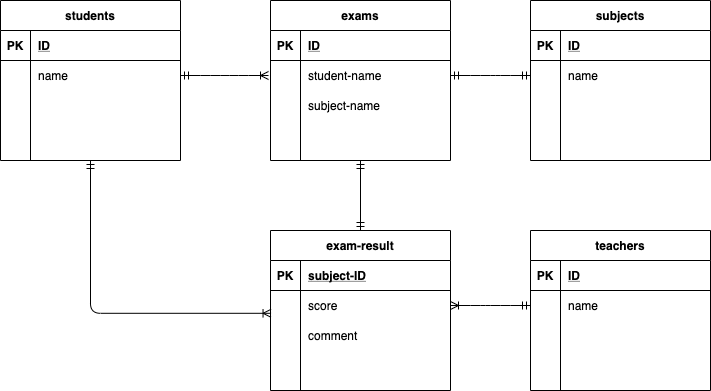
kiyo1215/coachtech_exam-database keeps this draw.io diagram as index.drawio.png. Above is the earlier version. Source tidied: cells renumbered, new cells last; positions are measured from the earlier drawing's top-left corner, leaving out a move shared by most shapes.
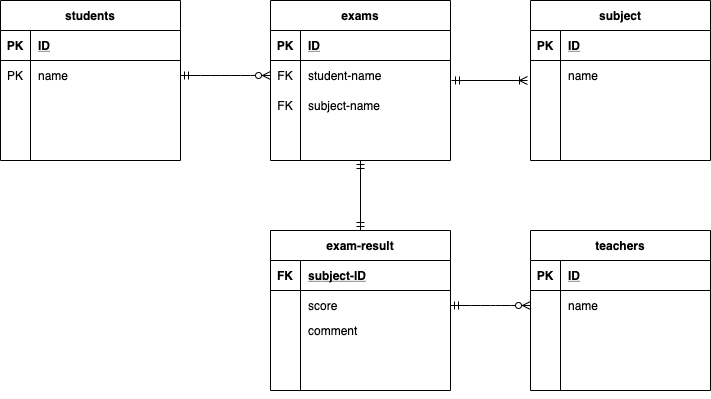
The same diagram one commit later.

The edit, as a diff of the source:
```diff
@@ -17,7 +17,7 @@
     <mxCell id="6" style="shape=partialRectangle;fillColor=none;top=0;left=0;bottom=0;right=0;points=[[0,0.5],[1,0.5]];portConstraint=eastwest;" parent="2" vertex="1">
       <mxGeometry y="60" width="180" height="30" as="geometry" />
     </mxCell>
-    <mxCell id="7" style="shape=partialRectangle;fillColor=none;top=0;left=0;bottom=0;right=0;overflow=hidden;" parent="6" vertex="1">
+    <mxCell id="7" value="PK" style="shape=partialRectangle;fillColor=none;top=0;left=0;bottom=0;right=0;overflow=hidden;" parent="6" vertex="1">
       <mxGeometry width="30" height="30" as="geometry" />
     </mxCell>
     <mxCell id="8" value="name" style="shape=partialRectangle;fillColor=none;top=0;left=0;bottom=0;right=0;align=left;spacingLeft=6;overflow=hidden;" parent="6" vertex="1">
@@ -56,7 +56,7 @@
     <mxCell id="19" style="shape=partialRectangle;fillColor=none;top=0;left=0;bottom=0;right=0;points=[[0,0.5],[1,0.5]];portConstraint=eastwest;" parent="15" vertex="1">
       <mxGeometry y="60" width="180" height="30" as="geometry" />
     </mxCell>
-    <mxCell id="20" style="shape=partialRectangle;fillColor=none;top=0;left=0;bottom=0;right=0;overflow=hidden;" parent="19" vertex="1">
+    <mxCell id="20" value="FK" style="shape=partialRectangle;fillColor=none;top=0;left=0;bottom=0;right=0;overflow=hidden;" parent="19" vertex="1">
       <mxGeometry width="30" height="30" as="geometry" />
     </mxCell>
     <mxCell id="21" value="student-name" style="shape=partialRectangle;fillColor=none;top=0;left=0;bottom=0;right=0;align=left;spacingLeft=6;overflow=hidden;" parent="19" vertex="1">
@@ -65,7 +65,7 @@
     <mxCell id="22" style="shape=partialRectangle;fillColor=none;top=0;left=0;bottom=0;right=0;" parent="15" vertex="1">
       <mxGeometry y="90" width="180" height="30" as="geometry" />
     </mxCell>
-    <mxCell id="23" style="shape=partialRectangle;fillColor=none;top=0;left=0;bottom=0;right=0;overflow=hidden;" parent="22" vertex="1">
+    <mxCell id="23" value="FK" style="shape=partialRectangle;fillColor=none;top=0;left=0;bottom=0;right=0;overflow=hidden;" parent="22" vertex="1">
       <mxGeometry width="30" height="30" as="geometry" />
     </mxCell>
     <mxCell id="24" value="subject-name" style="shape=partialRectangle;fillColor=none;top=0;left=0;bottom=0;right=0;align=left;spacingLeft=6;overflow=hidden;" parent="22" vertex="1">
@@ -110,18 +110,18 @@
     <mxCell id="37" style="shape=partialRectangle;fillColor=none;top=0;left=0;bottom=0;right=0;align=left;spacingLeft=6;overflow=hidden;" parent="35" vertex="1">
       <mxGeometry x="30" width="150" height="30" as="geometry" />
     </mxCell>
-    <mxCell id="38" style="edgeStyle=entityRelationEdgeStyle;fontSize=12;html=1;endArrow=ERoneToMany;startArrow=ERmandOne;exitX=1;exitY=0.5;exitDx=0;exitDy=0;" parent="1" edge="1" source="6">
-      <mxGeometry relative="1" as="geometry">
-        <mxPoint x="268" y="75" as="targetPoint" />
-      </mxGeometry>
-    </mxCell>
+    <mxCell id="69" style="edgeStyle=none;rounded=0;jettySize=auto;html=1;exitX=0.5;exitY=1;exitDx=0;exitDy=0;" parent="1" edge="1" source="39">
+      <mxGeometry relative="1" as="geometry">
+        <mxPoint x="360" y="390" as="targetPoint" />
+      </mxGeometry>
+    </mxCell>
     <mxCell id="39" value="exam-result" style="shape=table;startSize=30;rowLines=0;fontStyle=1;align=center;" parent="1" vertex="1">
       <mxGeometry x="270" y="230" width="180" height="160" as="geometry" />
     </mxCell>
     <mxCell id="40" style="shape=partialRectangle;fillColor=none;top=0;left=0;bottom=1;right=0;" parent="39" vertex="1">
       <mxGeometry y="30" width="180" height="30" as="geometry" />
     </mxCell>
-    <mxCell id="41" value="PK" style="shape=partialRectangle;fillColor=none;top=0;left=0;bottom=0;right=0;fontStyle=1;overflow=hidden;" parent="40" vertex="1">
+    <mxCell id="41" value="FK" style="shape=partialRectangle;fillColor=none;top=0;left=0;bottom=0;right=0;fontStyle=1;overflow=hidden;" parent="40" vertex="1">
       <mxGeometry width="30" height="30" as="geometry" />
     </mxCell>
     <mxCell id="42" value="subject-ID" style="shape=partialRectangle;fillColor=none;top=0;left=0;bottom=0;right=0;align=left;spacingLeft=6;fontStyle=5;overflow=hidden;" parent="40" vertex="1">
@@ -137,16 +137,16 @@
       <mxGeometry x="30" width="150" height="30" as="geometry" />
     </mxCell>
     <mxCell id="46" style="shape=partialRectangle;fillColor=none;top=0;left=0;bottom=0;right=0;" parent="39" vertex="1">
-      <mxGeometry y="90" width="180" height="30" as="geometry" />
+      <mxGeometry y="90" width="180" height="20" as="geometry" />
     </mxCell>
     <mxCell id="47" style="shape=partialRectangle;fillColor=none;top=0;left=0;bottom=0;right=0;overflow=hidden;" parent="46" vertex="1">
-      <mxGeometry width="30" height="30" as="geometry" />
+      <mxGeometry width="30" height="20" as="geometry" />
     </mxCell>
     <mxCell id="48" value="comment" style="shape=partialRectangle;fillColor=none;top=0;left=0;bottom=0;right=0;align=left;spacingLeft=6;overflow=hidden;" parent="46" vertex="1">
-      <mxGeometry x="30" width="150" height="30" as="geometry" />
+      <mxGeometry x="30" width="150" height="20" as="geometry" />
     </mxCell>
     <mxCell id="49" style="shape=partialRectangle;fillColor=none;top=0;left=0;bottom=0;right=0;" parent="39" vertex="1">
-      <mxGeometry y="120" width="180" height="30" as="geometry" />
+      <mxGeometry y="110" width="180" height="30" as="geometry" />
     </mxCell>
     <mxCell id="50" style="shape=partialRectangle;fillColor=none;top=0;left=0;bottom=0;right=0;overflow=hidden;" parent="49" vertex="1">
       <mxGeometry width="30" height="30" as="geometry" />
@@ -157,16 +157,22 @@
     <mxCell id="52" style="fontSize=12;html=1;endArrow=ERmandOne;startArrow=ERmandOne;entryX=0.5;entryY=1;entryDx=0;entryDy=0;exitX=0.5;exitY=0;exitDx=0;exitDy=0;" parent="1" edge="1" source="39" target="15">
       <mxGeometry relative="1" as="geometry" />
     </mxCell>
-    <mxCell id="53" style="edgeStyle=entityRelationEdgeStyle;fontSize=12;html=1;endArrow=ERoneToMany;startArrow=ERmandOne;entryX=1;entryY=0.5;entryDx=0;entryDy=0;exitX=0;exitY=0.5;exitDx=0;exitDy=0;" parent="1" edge="1" source="32" target="43">
-      <mxGeometry relative="1" as="geometry" />
-    </mxCell>
-    <mxCell id="54" style="edgeStyle=orthogonalEdgeStyle;fontSize=12;html=1;endArrow=ERoneToMany;startArrow=ERmandOne;entryX=0.003;entryY=0.76;entryDx=0;entryDy=0;entryPerimeter=0;exitX=0.5;exitY=1;exitDx=0;exitDy=0;" parent="1" edge="1" source="2" target="43">
-      <mxGeometry relative="1" as="geometry" />
-    </mxCell>
-    <mxCell id="55" value="subjects" style="shape=table;startSize=30;rowLines=0;fontStyle=1;align=center;" parent="1" vertex="1">
-      <mxGeometry x="530" width="180" height="160" as="geometry" />
-    </mxCell>
+    <mxCell id="70" style="edgeStyle=entityRelationEdgeStyle;fontSize=12;html=1;endArrow=ERzeroToMany;startArrow=ERmandOne;entryX=0;entryY=0.5;entryDx=0;entryDy=0;exitX=1;exitY=0.5;exitDx=0;exitDy=0;" parent="1" edge="1" source="6" target="19">
+      <mxGeometry relative="1" as="geometry" />
+    </mxCell>
+    <mxCell id="71" style="edgeStyle=entityRelationEdgeStyle;fontSize=12;html=1;endArrow=ERzeroToMany;startArrow=ERmandOne;entryX=0;entryY=0.5;entryDx=0;entryDy=0;" parent="1" edge="1" source="43" target="32">
+      <mxGeometry relative="1" as="geometry" />
+    </mxCell>
+    <mxCell id="72" style="fontSize=12;html=1;endArrow=ERoneToMany;startArrow=ERmandOne;" parent="1" edge="1">
+      <mxGeometry relative="1" as="geometry">
+        <mxPoint x="451" y="80" as="sourcePoint" />
+        <mxPoint x="527" y="80" as="targetPoint" />
+      </mxGeometry>
+    </mxCell>
+    <mxCell id="73" value="subject" style="shape=table;startSize=30;rowLines=0;fontStyle=1;align=center;" parent="1" vertex="1">
+      <mxGeometry x="530" width="180" height="160" as="geometry" />
+    </mxCell>
-    <mxCell id="56" style="shape=partialRectangle;fillColor=none;top=0;left=0;bottom=1;right=0;" parent="55" vertex="1">
+    <mxCell id="56" style="shape=partialRectangle;fillColor=none;top=0;left=0;bottom=1;right=0;" parent="73" vertex="1">
       <mxGeometry y="30" width="180" height="30" as="geometry" />
     </mxCell>
     <mxCell id="57" value="PK" style="shape=partialRectangle;fillColor=none;top=0;left=0;bottom=0;right=0;fontStyle=1;overflow=hidden;" parent="56" vertex="1">
@@ -175,35 +181,32 @@
     <mxCell id="58" value="ID" style="shape=partialRectangle;fillColor=none;top=0;left=0;bottom=0;right=0;align=left;spacingLeft=6;fontStyle=5;overflow=hidden;" parent="56" vertex="1">
       <mxGeometry x="30" width="150" height="30" as="geometry" />
     </mxCell>
-    <mxCell id="59" style="shape=partialRectangle;fillColor=none;top=0;left=0;bottom=0;right=0;points=[[0,0.5],[1,0.5]];portConstraint=eastwest;" parent="55" vertex="1">
+    <mxCell id="59" style="shape=partialRectangle;fillColor=none;top=0;left=0;bottom=0;right=0;points=[[0,0.5],[1,0.5]];portConstraint=eastwest;" parent="73" vertex="1">
       <mxGeometry y="60" width="180" height="30" as="geometry" />
     </mxCell>
-    <mxCell id="60" style="shape=partialRectangle;fillColor=none;top=0;left=0;bottom=0;right=0;overflow=hidden;" parent="59" vertex="1">
-      <mxGeometry width="30" height="30" as="geometry" />
-    </mxCell>
+    <mxCell id="74" style="shape=partialRectangle;fillColor=none;top=0;left=0;bottom=0;right=0;overflow=hidden;" parent="59" vertex="1">
+      <mxGeometry width="30" height="30" as="geometry" />
+    </mxCell>
     <mxCell id="61" value="name" style="shape=partialRectangle;fillColor=none;top=0;left=0;bottom=0;right=0;align=left;spacingLeft=6;overflow=hidden;" parent="59" vertex="1">
       <mxGeometry x="30" width="150" height="30" as="geometry" />
     </mxCell>
-    <mxCell id="62" style="shape=partialRectangle;fillColor=none;top=0;left=0;bottom=0;right=0;" parent="55" vertex="1">
+    <mxCell id="62" style="shape=partialRectangle;fillColor=none;top=0;left=0;bottom=0;right=0;" parent="73" vertex="1">
       <mxGeometry y="90" width="180" height="30" as="geometry" />
     </mxCell>
-    <mxCell id="63" style="shape=partialRectangle;fillColor=none;top=0;left=0;bottom=0;right=0;overflow=hidden;" parent="62" vertex="1">
-      <mxGeometry width="30" height="30" as="geometry" />
-    </mxCell>
-    <mxCell id="64" style="shape=partialRectangle;fillColor=none;top=0;left=0;bottom=0;right=0;align=left;spacingLeft=6;overflow=hidden;" parent="62" vertex="1">
-      <mxGeometry x="30" width="150" height="30" as="geometry" />
-    </mxCell>
-    <mxCell id="65" style="shape=partialRectangle;fillColor=none;top=0;left=0;bottom=0;right=0;" parent="55" vertex="1">
-      <mxGeometry y="120" width="180" height="30" as="geometry" />
-    </mxCell>
-    <mxCell id="66" style="shape=partialRectangle;fillColor=none;top=0;left=0;bottom=0;right=0;overflow=hidden;" parent="65" vertex="1">
-      <mxGeometry width="30" height="30" as="geometry" />
-    </mxCell>
-    <mxCell id="67" style="shape=partialRectangle;fillColor=none;top=0;left=0;bottom=0;right=0;align=left;spacingLeft=6;overflow=hidden;" parent="65" vertex="1">
-      <mxGeometry x="30" width="150" height="30" as="geometry" />
-    </mxCell>
-    <mxCell id="68" style="edgeStyle=entityRelationEdgeStyle;fontSize=12;html=1;endArrow=ERmandOne;startArrow=ERmandOne;entryX=0;entryY=0.5;entryDx=0;entryDy=0;exitX=1;exitY=0.5;exitDx=0;exitDy=0;" parent="1" edge="1" source="19" target="59">
-      <mxGeometry relative="1" as="geometry" />
-    </mxCell>
+    <mxCell id="75" style="shape=partialRectangle;fillColor=none;top=0;left=0;bottom=0;right=0;overflow=hidden;" parent="62" vertex="1">
+      <mxGeometry width="30" height="30" as="geometry" />
+    </mxCell>
+    <mxCell id="76" style="shape=partialRectangle;fillColor=none;top=0;left=0;bottom=0;right=0;align=left;spacingLeft=6;overflow=hidden;" parent="62" vertex="1">
+      <mxGeometry x="30" width="150" height="30" as="geometry" />
+    </mxCell>
+    <mxCell id="77" style="shape=partialRectangle;fillColor=none;top=0;left=0;bottom=0;right=0;" parent="73" vertex="1">
+      <mxGeometry y="120" width="180" height="20" as="geometry" />
+    </mxCell>
+    <mxCell id="78" style="shape=partialRectangle;fillColor=none;top=0;left=0;bottom=0;right=0;overflow=hidden;" parent="77" vertex="1">
+      <mxGeometry width="30" height="20" as="geometry" />
+    </mxCell>
+    <mxCell id="79" style="shape=partialRectangle;fillColor=none;top=0;left=0;bottom=0;right=0;align=left;spacingLeft=6;overflow=hidden;" parent="77" vertex="1">
+      <mxGeometry x="30" width="150" height="20" as="geometry" />
+    </mxCell>
   </root>
 </mxGraphModel>
```
